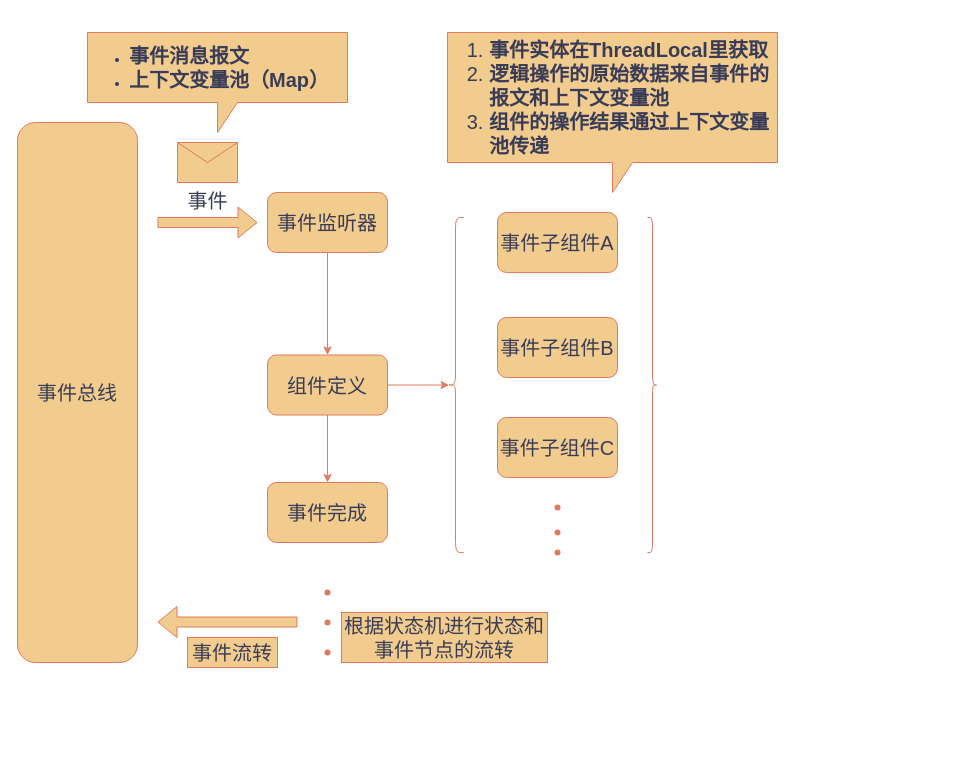
Above: page "事件监听二级子组件原理图" (5 of 5) of 事件总线原理图.drawio in java-zengguang/images (draw.io), before the change. Source tidied: cells renumbered, new cells numbered last; positions are measured from the earlier drawing's top-left corner, leaving out a move shared by most shapes. Both pictures are drawn from the tidied source at 100%, with x=0, y=0 at pixel (17, 32).
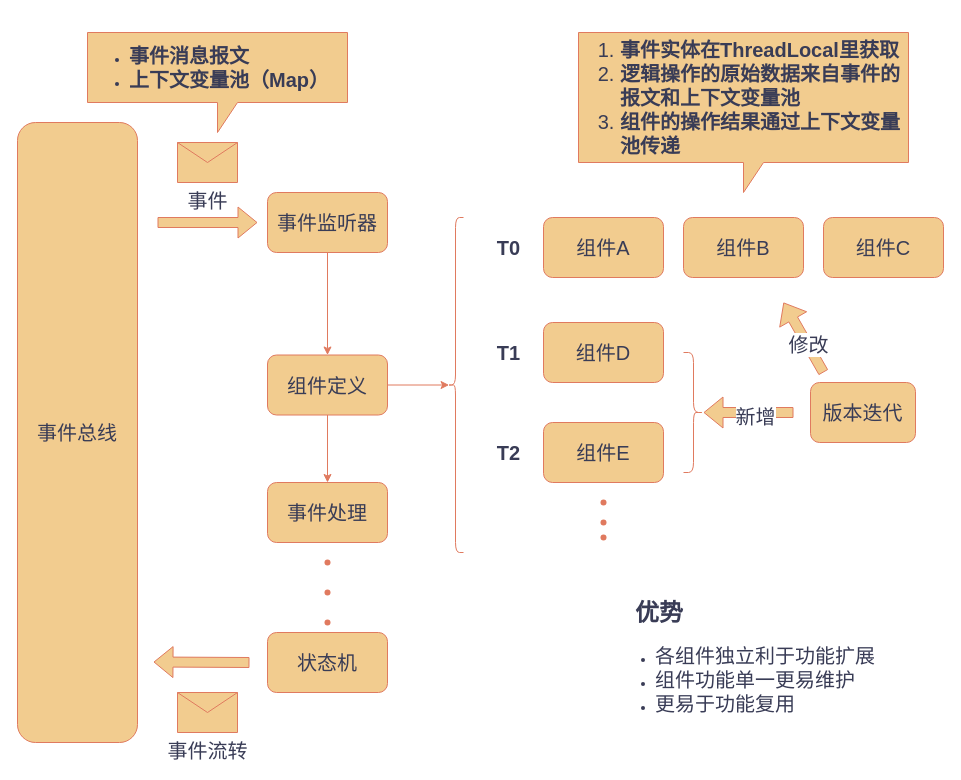
Above is the later version.

Commit message:
更新事件总线原理图.drawio

Change to the diagram source:
```diff
@@
-    <mxCell id="8" value="&lt;font style=&quot;font-size: 20px;&quot;&gt;事件子组件A&lt;/font&gt;" style="rounded=1;whiteSpace=wrap;html=1;fillColor=#F2CC8F;strokeColor=#E07A5F;labelBackgroundColor=none;fontColor=#393C56;" parent="1" vertex="1">
-      <mxGeometry x="480" y="180" width="120" height="60" as="geometry" />
+    <mxCell id="8" value="&lt;font style=&quot;font-size: 20px;&quot;&gt;组件A&lt;/font&gt;" style="rounded=1;whiteSpace=wrap;html=1;fillColor=#F2CC8F;strokeColor=#E07A5F;labelBackgroundColor=none;fontColor=#393C56;" parent="1" vertex="1">
+      <mxGeometry x="526" y="185" width="120" height="60" as="geometry" />
     </mxCell>
-    <mxCell id="9" value="&lt;font style=&quot;font-size: 20px;&quot;&gt;事件子组件B&lt;/font&gt;" style="rounded=1;whiteSpace=wrap;html=1;fillColor=#F2CC8F;strokeColor=#E07A5F;labelBackgroundColor=none;fontColor=#393C56;" parent="1" vertex="1">
-      <mxGeometry x="480" y="285" width="120" height="60" as="geometry" />
+    <mxCell id="9" value="&lt;font style=&quot;font-size: 20px;&quot;&gt;组件D&lt;/font&gt;" style="rounded=1;whiteSpace=wrap;html=1;fillColor=#F2CC8F;strokeColor=#E07A5F;labelBackgroundColor=none;fontColor=#393C56;" parent="1" vertex="1">
+      <mxGeometry x="526" y="290" width="120" height="60" as="geometry" />
     </mxCell>
-    <mxCell id="10" value="&lt;font style=&quot;font-size: 20px;&quot;&gt;事件子组件C&lt;/font&gt;" style="rounded=1;whiteSpace=wrap;html=1;fillColor=#F2CC8F;strokeColor=#E07A5F;labelBackgroundColor=none;fontColor=#393C56;" parent="1" vertex="1">
-      <mxGeometry x="480" y="385" width="120" height="60" as="geometry" />
+    <mxCell id="10" value="&lt;font style=&quot;font-size: 20px;&quot;&gt;组件E&lt;/font&gt;" style="rounded=1;whiteSpace=wrap;html=1;fillColor=#F2CC8F;strokeColor=#E07A5F;labelBackgroundColor=none;fontColor=#393C56;" parent="1" vertex="1">
+      <mxGeometry x="526" y="390" width="120" height="60" as="geometry" />
     </mxCell>
@@
     <mxCell id="13" style="shape=waypoint;sketch=0;fillStyle=solid;size=6;fillColor=#F2CC8F;perimeter=centerPerimeter;strokeColor=#E07A5F;labelBackgroundColor=none;fontColor=#393C56;" parent="1" vertex="1">
-      <mxGeometry x="530" y="465" width="20" height="20" as="geometry" />
+      <mxGeometry x="576" y="460" width="20" height="20" as="geometry" />
     </mxCell>
     <mxCell id="14" style="shape=waypoint;sketch=0;fillStyle=solid;size=6;fillColor=#F2CC8F;perimeter=centerPerimeter;strokeColor=#E07A5F;labelBackgroundColor=none;fontColor=#393C56;" parent="1" vertex="1">
-      <mxGeometry x="530" y="490" width="20" height="20" as="geometry" />
+      <mxGeometry x="576" y="495" width="20" height="20" as="geometry" />
     </mxCell>
     <mxCell id="15" style="shape=waypoint;sketch=0;fillStyle=solid;size=6;fillColor=#F2CC8F;perimeter=centerPerimeter;strokeColor=#E07A5F;labelBackgroundColor=none;fontColor=#393C56;" parent="1" vertex="1">
-      <mxGeometry x="530" y="510" width="20" height="20" as="geometry" />
+      <mxGeometry x="576" y="480" width="20" height="20" as="geometry" />
     </mxCell>
@@
-    <mxCell id="17" style="shape=curlyBracket;whiteSpace=wrap;html=1;rounded=1;flipH=1;labelPosition=right;verticalLabelPosition=middle;align=left;verticalAlign=middle;fillColor=#F2CC8F;strokeColor=#E07A5F;labelBackgroundColor=none;fontColor=#393C56;" parent="1" vertex="1">
-      <mxGeometry x="630" y="185" width="10" height="335" as="geometry" />
-    </mxCell>
     <mxCell id="18" value="&lt;ol style=&quot;font-size: 20px;&quot;&gt;&lt;li&gt;&lt;b&gt;事件实体在ThreadLocal里获取&lt;/b&gt;&lt;/li&gt;&lt;li&gt;&lt;b&gt;逻辑操作的原始数据来自事件的报文和上下文变量池&lt;/b&gt;&lt;/li&gt;&lt;li&gt;&lt;b&gt;组件的操作结果通过上下文变量池传递&lt;/b&gt;&lt;/li&gt;&lt;/ol&gt;" style="shape=callout;whiteSpace=wrap;html=1;perimeter=calloutPerimeter;align=left;fillColor=#F2CC8F;strokeColor=#E07A5F;labelBackgroundColor=none;fontColor=#393C56;" parent="1" vertex="1">
-      <mxGeometry x="430" width="330" height="160" as="geometry" />
+      <mxGeometry x="561" width="330" height="160" as="geometry" />
     </mxCell>
     <mxCell id="19" value="&lt;font style=&quot;font-size: 20px;&quot;&gt;事件总线&lt;/font&gt;" style="rounded=1;whiteSpace=wrap;html=1;fillColor=#F2CC8F;strokeColor=#E07A5F;labelBackgroundColor=none;fontColor=#393C56;" parent="1" vertex="1">
-      <mxGeometry y="90" width="120" height="540" as="geometry" />
+      <mxGeometry y="90" width="120" height="620" as="geometry" />
     </mxCell>
-    <mxCell id="20" value="&lt;font style=&quot;font-size: 20px;&quot;&gt;事件完成&lt;/font&gt;" style="rounded=1;whiteSpace=wrap;html=1;fillColor=#F2CC8F;strokeColor=#E07A5F;labelBackgroundColor=none;fontColor=#393C56;" parent="1" vertex="1">
+    <mxCell id="20" value="&lt;font style=&quot;font-size: 20px;&quot;&gt;事件处理&lt;/font&gt;" style="rounded=1;whiteSpace=wrap;html=1;fillColor=#F2CC8F;strokeColor=#E07A5F;labelBackgroundColor=none;fontColor=#393C56;" parent="1" vertex="1">
       <mxGeometry x="250" y="450" width="120" height="60" as="geometry" />
     </mxCell>
     <mxCell id="21" style="shape=waypoint;sketch=0;fillStyle=solid;size=6;fillColor=#F2CC8F;perimeter=centerPerimeter;strokeColor=#E07A5F;labelBackgroundColor=none;fontColor=#393C56;" parent="1" vertex="1">
-      <mxGeometry x="300" y="550" width="20" height="20" as="geometry" />
+      <mxGeometry x="300" y="520" width="20" height="20" as="geometry" />
     </mxCell>
     <mxCell id="22" style="shape=waypoint;sketch=0;fillStyle=solid;size=6;fillColor=#F2CC8F;perimeter=centerPerimeter;strokeColor=#E07A5F;labelBackgroundColor=none;fontColor=#393C56;" parent="1" vertex="1">
-      <mxGeometry x="300" y="580" width="20" height="20" as="geometry" />
+      <mxGeometry x="300" y="550" width="20" height="20" as="geometry" />
     </mxCell>
     <mxCell id="23" style="shape=waypoint;sketch=0;fillStyle=solid;size=6;fillColor=#F2CC8F;perimeter=centerPerimeter;strokeColor=#E07A5F;labelBackgroundColor=none;fontColor=#393C56;" parent="1" vertex="1">
-      <mxGeometry x="300" y="610" width="20" height="20" as="geometry" />
+      <mxGeometry x="300" y="580" width="20" height="20" as="geometry" />
     </mxCell>
     <mxCell id="24" style="shape=flexArrow;endArrow=classic;html=1;rounded=0;fillColor=#F2CC8F;strokeColor=#E07A5F;labelBackgroundColor=none;fontColor=default;" parent="1" edge="1">
       <mxGeometry relative="1" as="geometry">
-        <mxPoint x="280" y="589.5" as="sourcePoint" />
-        <mxPoint x="140" y="589.5" as="targetPoint" />
+        <mxPoint x="232" y="630" as="sourcePoint" />
+        <mxPoint x="136" y="629.5" as="targetPoint" />
       </mxGeometry>
     </mxCell>
+    <mxCell id="27" value="&lt;font style=&quot;font-size: 20px;&quot;&gt;&lt;b&gt;T0&lt;/b&gt;&lt;/font&gt;" style="text;html=1;align=center;verticalAlign=middle;strokeColor=none;fillColor=none;labelBackgroundColor=none;fontColor=#393C56;" parent="1" vertex="1">
+      <mxGeometry x="466" y="195" width="50" height="40" as="geometry" />
+    </mxCell>
+    <mxCell id="28" value="&lt;font style=&quot;font-size: 20px;&quot;&gt;&lt;b&gt;T1&lt;/b&gt;&lt;/font&gt;" style="text;html=1;align=center;verticalAlign=middle;strokeColor=none;fillColor=none;labelBackgroundColor=none;fontColor=#393C56;" parent="1" vertex="1">
+      <mxGeometry x="466" y="300" width="50" height="40" as="geometry" />
+    </mxCell>
+    <mxCell id="29" value="&lt;font style=&quot;font-size: 20px;&quot;&gt;&lt;b&gt;T2&lt;/b&gt;&lt;/font&gt;" style="text;html=1;align=center;verticalAlign=middle;strokeColor=none;fillColor=none;labelBackgroundColor=none;fontColor=#393C56;" parent="1" vertex="1">
+      <mxGeometry x="466" y="400" width="50" height="40" as="geometry" />
+    </mxCell>
+    <mxCell id="30" style="shape=curlyBracket;whiteSpace=wrap;html=1;rounded=1;flipH=1;labelPosition=right;verticalLabelPosition=middle;align=left;verticalAlign=middle;strokeColor=#E07A5F;fontColor=#393C56;fillColor=#F2CC8F;size=0.5;" parent="1" vertex="1">
+      <mxGeometry x="666" y="320" width="20" height="120" as="geometry" />
+    </mxCell>
+    <mxCell id="31" value="&lt;span style=&quot;font-size: 20px;&quot;&gt;版本迭代&lt;/span&gt;" style="rounded=1;whiteSpace=wrap;html=1;strokeColor=#E07A5F;fontColor=#393C56;fillColor=#F2CC8F;" parent="1" vertex="1">
+      <mxGeometry x="793" y="350" width="105" height="60" as="geometry" />
+    </mxCell>
+    <mxCell id="32" value="&lt;font style=&quot;font-size: 20px;&quot;&gt;组件B&lt;/font&gt;" style="rounded=1;whiteSpace=wrap;html=1;fillColor=#F2CC8F;strokeColor=#E07A5F;labelBackgroundColor=none;fontColor=#393C56;" parent="1" vertex="1">
+      <mxGeometry x="666" y="185" width="120" height="60" as="geometry" />
+    </mxCell>
+    <mxCell id="33" value="&lt;font style=&quot;font-size: 20px;&quot;&gt;组件C&lt;/font&gt;" style="rounded=1;whiteSpace=wrap;html=1;fillColor=#F2CC8F;strokeColor=#E07A5F;labelBackgroundColor=none;fontColor=#393C56;" parent="1" vertex="1">
+      <mxGeometry x="806" y="185" width="120" height="60" as="geometry" />
+    </mxCell>
+    <mxCell id="34" style="shape=flexArrow;endArrow=classic;html=1;rounded=0;strokeColor=#E07A5F;fontColor=#393C56;fillColor=#F2CC8F;" parent="1" edge="1">
+      <mxGeometry relative="1" as="geometry">
+        <mxPoint x="806" y="340" as="sourcePoint" />
+        <mxPoint x="766" y="270" as="targetPoint" />
+      </mxGeometry>
+    </mxCell>
+    <mxCell id="35" value="&lt;font style=&quot;font-size: 20px;&quot;&gt;修改&lt;/font&gt;" style="edgeLabel;html=1;align=center;verticalAlign=middle;strokeColor=#E07A5F;fontColor=#393C56;fillColor=#F2CC8F;" parent="34" vertex="1">
+      <mxGeometry x="-0.21" y="-1" relative="1" as="geometry" />
+    </mxCell>
+    <mxCell id="36" style="shape=flexArrow;endArrow=classic;html=1;rounded=0;strokeColor=#E07A5F;fontColor=#393C56;fillColor=#F2CC8F;" parent="1" edge="1" target="30">
+      <mxGeometry relative="1" as="geometry">
+        <mxPoint x="776" y="380" as="sourcePoint" />
+      </mxGeometry>
+    </mxCell>
+    <mxCell id="37" value="&lt;font style=&quot;font-size: 20px;&quot;&gt;新增&lt;/font&gt;" style="edgeLabel;html=1;align=center;verticalAlign=middle;strokeColor=#E07A5F;fontColor=#393C56;fillColor=#F2CC8F;" parent="36" vertex="1">
+      <mxGeometry x="-0.14" y="3" relative="1" as="geometry" />
+    </mxCell>
+    <mxCell id="38" value="&lt;font style=&quot;font-size: 20px;&quot;&gt;状态机&lt;/font&gt;" style="rounded=1;whiteSpace=wrap;html=1;strokeColor=#E07A5F;fontColor=#393C56;fillColor=#F2CC8F;" parent="1" vertex="1">
+      <mxGeometry x="250" y="600" width="120" height="60" as="geometry" />
+    </mxCell>
-    <mxCell id="25" value="&lt;font style=&quot;font-size: 20px;&quot;&gt;事件流转&lt;/font&gt;" style="text;html=1;align=center;verticalAlign=middle;whiteSpace=wrap;rounded=0;fillColor=#F2CC8F;strokeColor=#E07A5F;labelBackgroundColor=none;fontColor=#393C56;" parent="1" vertex="1">
-      <mxGeometry x="170" y="605" width="90" height="30" as="geometry" />
+    <mxCell id="25" value="&lt;font style=&quot;font-size: 20px;&quot;&gt;事件流转&lt;/font&gt;" style="shape=message;html=1;html=1;labelPosition=center;verticalLabelPosition=bottom;align=center;verticalAlign=top;fillColor=#F2CC8F;strokeColor=#E07A5F;labelBackgroundColor=none;fontColor=#393C56;" parent="1" vertex="1">
+      <mxGeometry x="160" y="660" width="60" height="40" as="geometry" />
     </mxCell>
-    <mxCell id="26" value="&lt;font style=&quot;font-size: 20px;&quot;&gt;根据状态机进行状态和事件节点的流转&lt;/font&gt;" style="text;html=1;align=center;verticalAlign=middle;whiteSpace=wrap;rounded=0;fillColor=#F2CC8F;strokeColor=#E07A5F;labelBackgroundColor=none;fontColor=#393C56;" parent="1" vertex="1">
-      <mxGeometry x="324" y="580" width="206" height="50" as="geometry" />
-    </mxCell>
+    <mxCell id="39" value="&lt;h1 style=&quot;margin-top: 0px;&quot;&gt;&amp;nbsp; &amp;nbsp;优势&lt;/h1&gt;&lt;p&gt;&lt;/p&gt;&lt;ul&gt;&lt;li&gt;&lt;span style=&quot;font-size: 20px; text-wrap: nowrap; background-color: initial;&quot;&gt;各组件独立利于功能扩展&lt;/span&gt;&lt;/li&gt;&lt;li&gt;&lt;span style=&quot;font-size: 20px; text-wrap: nowrap;&quot;&gt;组件功能单一更易维护&lt;/span&gt;&lt;/li&gt;&lt;li&gt;&lt;span style=&quot;font-size: 20px; text-wrap: nowrap;&quot;&gt;更易于功能复用&lt;/span&gt;&lt;/li&gt;&lt;/ul&gt;&lt;p&gt;&lt;/p&gt;" style="text;html=1;whiteSpace=wrap;overflow=hidden;rounded=0;fontColor=#393C56;" parent="1" vertex="1">
+      <mxGeometry x="596" y="560" width="280" height="130" as="geometry" />
+    </mxCell>
```
